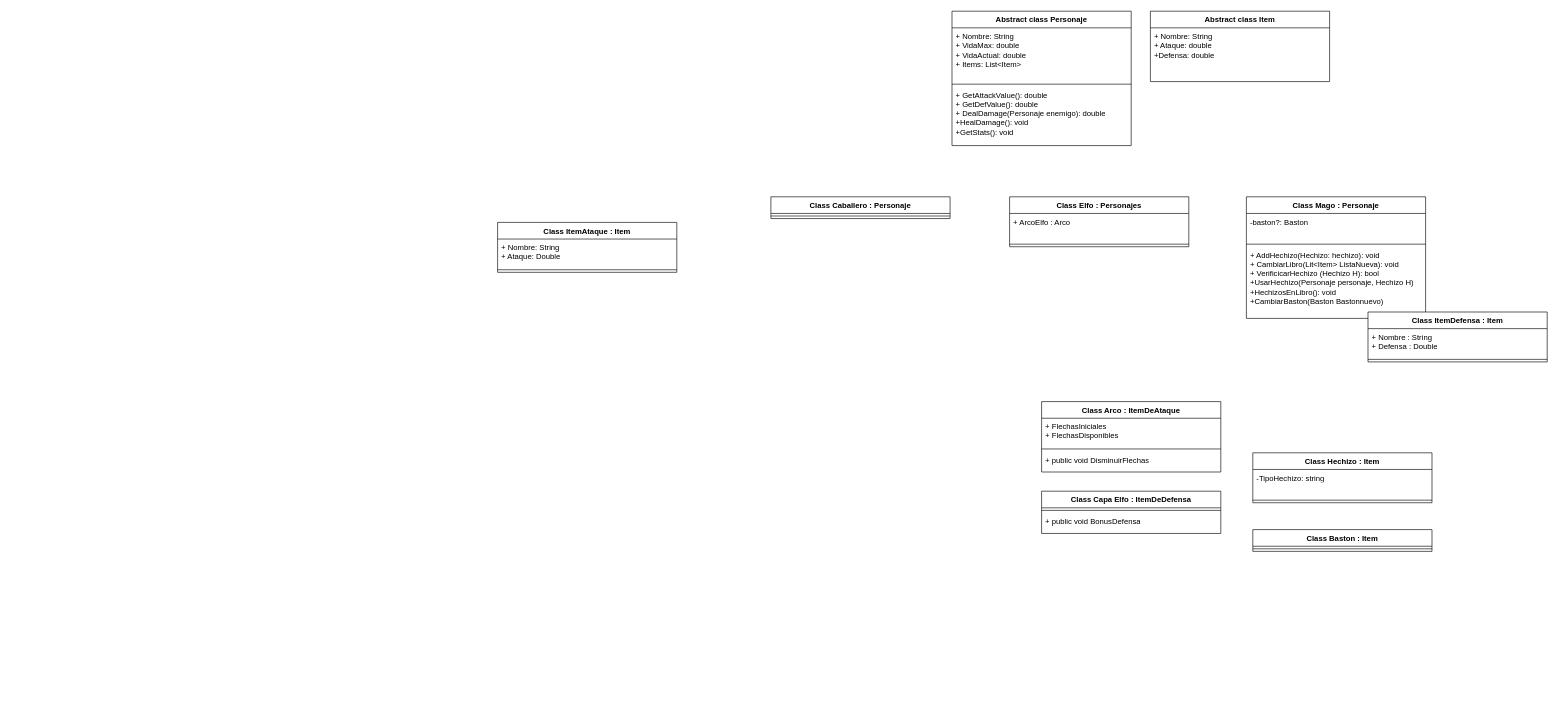
This is src/Library/UML_RolePlaypt1.drawio from MauricioSS215/PII_RoleplayGame_1_Start, a draw.io file, before an edit. Source tidied: cells renumbered, new cells numbered last; positions are measured from the earlier drawing's top-left corner, leaving out a move shared by most shapes. Both pictures are drawn from the tidied source at 64%, with x=0, y=0 at pixel (497, 11).
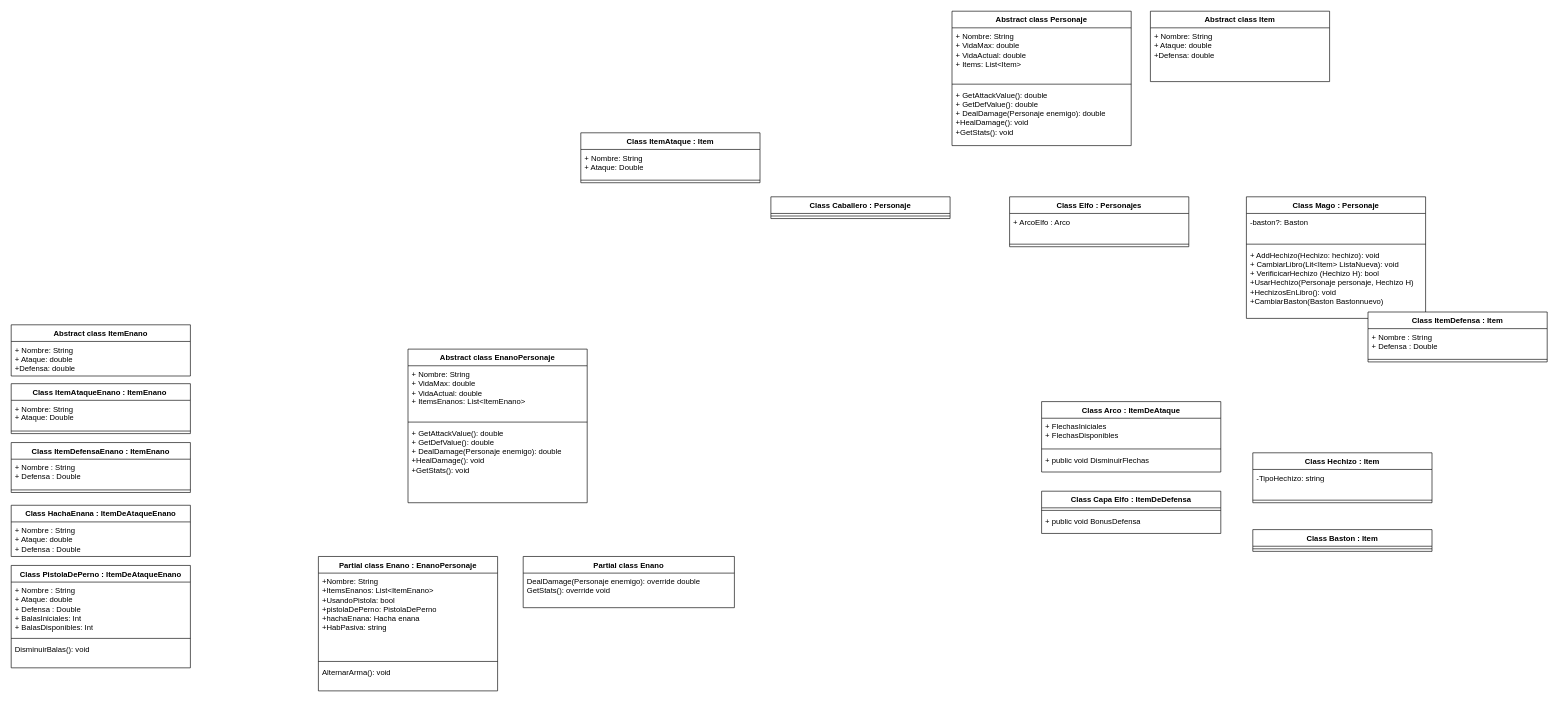
The same page after the edit.

Commit message:
UML del enano echo

What changed in the source:
```diff
@@
     <mxCell id="8" value="Class ItemAtaque : Item" style="swimlane;fontStyle=1;align=center;verticalAlign=top;horizontal=1;startSize=26;whiteSpace=wrap;html=1;" parent="1" vertex="1">
-      <mxGeometry y="330" width="280" height="78" as="geometry" />
+      <mxGeometry x="130" y="190" width="280" height="78" as="geometry" />
     </mxCell>
@@
+    <mxCell id="35" value="Partial class Enano : EnanoPersonaje" style="swimlane;fontStyle=1;align=center;verticalAlign=top;horizontal=1;startSize=26;whiteSpace=wrap;html=1;" parent="1" vertex="1">
+      <mxGeometry x="-280" y="852" width="280" height="210" as="geometry" />
+    </mxCell>
+    <mxCell id="36" value="+Nombre: String&lt;br&gt;+ItemsEnanos: List&amp;lt;ItemEnano&amp;gt;&lt;br&gt;+UsandoPistola: bool&lt;br&gt;+pistolaDePerno: PistolaDePerno&lt;br&gt;+hachaEnana: Hacha enana&lt;br&gt;+HabPasiva: string&lt;br&gt;" style="text;strokeColor=none;fillColor=none;align=left;verticalAlign=top;spacingLeft=4;spacingRight=4;overflow=hidden;whiteSpace=wrap;html=1;" parent="35" vertex="1">
+      <mxGeometry y="26" width="280" height="134" as="geometry" />
+    </mxCell>
+    <mxCell id="37" style="line;strokeWidth=1;fillColor=none;align=left;verticalAlign=middle;spacingTop=-1;spacingLeft=3;spacingRight=3;labelPosition=right;strokeColor=inherit;" parent="35" vertex="1">
+      <mxGeometry y="160" width="280" height="8" as="geometry" />
+    </mxCell>
+    <mxCell id="38" value="AlternarArma(): void" style="text;strokeColor=none;fillColor=none;align=left;verticalAlign=top;spacingLeft=4;spacingRight=4;overflow=hidden;whiteSpace=wrap;html=1;" parent="35" vertex="1">
+      <mxGeometry y="168" width="280" height="42" as="geometry" />
+    </mxCell>
+    <mxCell id="39" value="Abstract class EnanoPersonaje" style="swimlane;fontStyle=1;align=center;verticalAlign=top;horizontal=1;startSize=26;whiteSpace=wrap;html=1;" parent="1" vertex="1">
+      <mxGeometry x="-140" y="528" width="280" height="240" as="geometry" />
+    </mxCell>
+    <mxCell id="40" value="+ Nombre: String&lt;br&gt;+ VidaMax: double&lt;br&gt;+ VidaActual: double&lt;br&gt;+ ItemsEnanos: List&amp;lt;ItemEnano&amp;gt;&lt;br&gt;&lt;br&gt;&amp;nbsp;" style="text;strokeColor=none;fillColor=none;align=left;verticalAlign=top;spacingLeft=4;spacingRight=4;overflow=hidden;whiteSpace=wrap;html=1;" parent="39" vertex="1">
+      <mxGeometry y="26" width="280" height="84" as="geometry" />
+    </mxCell>
+    <mxCell id="41" style="line;strokeWidth=1;fillColor=none;align=left;verticalAlign=middle;spacingTop=-1;spacingLeft=3;spacingRight=3;labelPosition=right;strokeColor=inherit;" parent="39" vertex="1">
+      <mxGeometry y="110" width="280" height="8" as="geometry" />
+    </mxCell>
+    <mxCell id="42" value="+ GetAttackValue(): double&lt;br&gt;+ GetDefValue(): double&lt;br&gt;+ DealDamage(Personaje enemigo): double&lt;br&gt;+HealDamage(): void&lt;br&gt;+GetStats(): void" style="text;strokeColor=none;fillColor=none;align=left;verticalAlign=top;spacingLeft=4;spacingRight=4;overflow=hidden;whiteSpace=wrap;html=1;" parent="39" vertex="1">
+      <mxGeometry y="118" width="280" height="122" as="geometry" />
+    </mxCell>
+    <mxCell id="43" value="Partial class Enano" style="swimlane;fontStyle=1;align=center;verticalAlign=top;horizontal=1;startSize=26;whiteSpace=wrap;html=1;" parent="1" vertex="1">
+      <mxGeometry x="40" y="852" width="330" height="80" as="geometry" />
+    </mxCell>
+    <mxCell id="44" value="DealDamage(Personaje enemigo): override double&lt;br&gt;GetStats(): override void" style="text;strokeColor=none;fillColor=none;align=left;verticalAlign=top;spacingLeft=4;spacingRight=4;overflow=hidden;whiteSpace=wrap;html=1;" parent="43" vertex="1">
+      <mxGeometry y="26" width="330" height="54" as="geometry" />
+    </mxCell>
+    <mxCell id="45" value="Class ItemAtaqueEnano : ItemEnano&amp;nbsp;" style="swimlane;fontStyle=1;align=center;verticalAlign=top;horizontal=1;startSize=26;whiteSpace=wrap;html=1;" parent="1" vertex="1">
+      <mxGeometry x="-760" y="582" width="280" height="78" as="geometry" />
+    </mxCell>
+    <mxCell id="46" value="+ Nombre: String&lt;br&gt;+ Ataque: Double" style="text;strokeColor=none;fillColor=none;align=left;verticalAlign=top;spacingLeft=4;spacingRight=4;overflow=hidden;whiteSpace=wrap;html=1;" parent="45" vertex="1">
+      <mxGeometry y="26" width="280" height="44" as="geometry" />
+    </mxCell>
+    <mxCell id="47" style="line;strokeWidth=1;fillColor=none;align=left;verticalAlign=middle;spacingTop=-1;spacingLeft=3;spacingRight=3;labelPosition=right;strokeColor=inherit;" parent="45" vertex="1">
+      <mxGeometry y="70" width="280" height="8" as="geometry" />
+    </mxCell>
+    <mxCell id="48" value="Class ItemDefensaEnano : ItemEnano" style="swimlane;fontStyle=1;align=center;verticalAlign=top;horizontal=1;startSize=26;whiteSpace=wrap;html=1;" parent="1" vertex="1">
+      <mxGeometry x="-760" y="674" width="280" height="78" as="geometry" />
+    </mxCell>
+    <mxCell id="49" value="+ Nombre : String&lt;br&gt;+ Defensa : Double" style="text;strokeColor=none;fillColor=none;align=left;verticalAlign=top;spacingLeft=4;spacingRight=4;overflow=hidden;whiteSpace=wrap;html=1;" parent="48" vertex="1">
+      <mxGeometry y="26" width="280" height="44" as="geometry" />
+    </mxCell>
+    <mxCell id="50" style="line;strokeWidth=1;fillColor=none;align=left;verticalAlign=middle;spacingTop=-1;spacingLeft=3;spacingRight=3;labelPosition=right;strokeColor=inherit;" parent="48" vertex="1">
+      <mxGeometry y="70" width="280" height="8" as="geometry" />
+    </mxCell>
+    <mxCell id="51" value="Abstract class ItemEnano" style="swimlane;fontStyle=1;align=center;verticalAlign=top;horizontal=1;startSize=26;whiteSpace=wrap;html=1;" parent="1" vertex="1">
+      <mxGeometry x="-760" y="490" width="280" height="80" as="geometry" />
+    </mxCell>
+    <mxCell id="52" value="+ Nombre: String&lt;br&gt;+ Ataque: double&lt;br&gt;+Defensa: double&lt;br&gt;&lt;br&gt;&amp;nbsp;" style="text;strokeColor=none;fillColor=none;align=left;verticalAlign=top;spacingLeft=4;spacingRight=4;overflow=hidden;whiteSpace=wrap;html=1;" parent="51" vertex="1">
+      <mxGeometry y="26" width="280" height="54" as="geometry" />
+    </mxCell>
+    <mxCell id="53" value="Class HachaEnana : ItemDeAtaqueEnano" style="swimlane;fontStyle=1;align=center;verticalAlign=top;horizontal=1;startSize=26;whiteSpace=wrap;html=1;" parent="1" vertex="1">
+      <mxGeometry x="-760" y="772" width="280" height="80" as="geometry" />
+    </mxCell>
+    <mxCell id="54" value="+ Nombre : String&lt;br&gt;+ Ataque: double&lt;br&gt;+ Defensa : Double" style="text;strokeColor=none;fillColor=none;align=left;verticalAlign=top;spacingLeft=4;spacingRight=4;overflow=hidden;whiteSpace=wrap;html=1;" parent="53" vertex="1">
+      <mxGeometry y="26" width="280" height="54" as="geometry" />
+    </mxCell>
+    <mxCell id="55" value="Class PistolaDePerno : ItemDeAtaqueEnano" style="swimlane;fontStyle=1;align=center;verticalAlign=top;horizontal=1;startSize=26;whiteSpace=wrap;html=1;" parent="1" vertex="1">
+      <mxGeometry x="-760" y="866" width="280" height="160" as="geometry" />
+    </mxCell>
+    <mxCell id="56" value="+ Nombre : String&lt;br&gt;+ Ataque: double&lt;br&gt;+ Defensa : Double&lt;br&gt;+ BalasIniciales: Int&lt;br&gt;+ BalasDisponibles: Int&lt;br&gt;" style="text;strokeColor=none;fillColor=none;align=left;verticalAlign=top;spacingLeft=4;spacingRight=4;overflow=hidden;whiteSpace=wrap;html=1;" parent="55" vertex="1">
+      <mxGeometry y="26" width="280" height="84" as="geometry" />
+    </mxCell>
+    <mxCell id="57" style="line;strokeWidth=1;fillColor=none;align=left;verticalAlign=middle;spacingTop=-1;spacingLeft=3;spacingRight=3;labelPosition=right;strokeColor=inherit;" parent="55" vertex="1">
+      <mxGeometry y="110" width="280" height="8" as="geometry" />
+    </mxCell>
+    <mxCell id="58" value="DisminuirBalas(): void" style="text;strokeColor=none;fillColor=none;align=left;verticalAlign=top;spacingLeft=4;spacingRight=4;overflow=hidden;whiteSpace=wrap;html=1;" parent="55" vertex="1">
+      <mxGeometry y="118" width="280" height="42" as="geometry" />
+    </mxCell>
```
